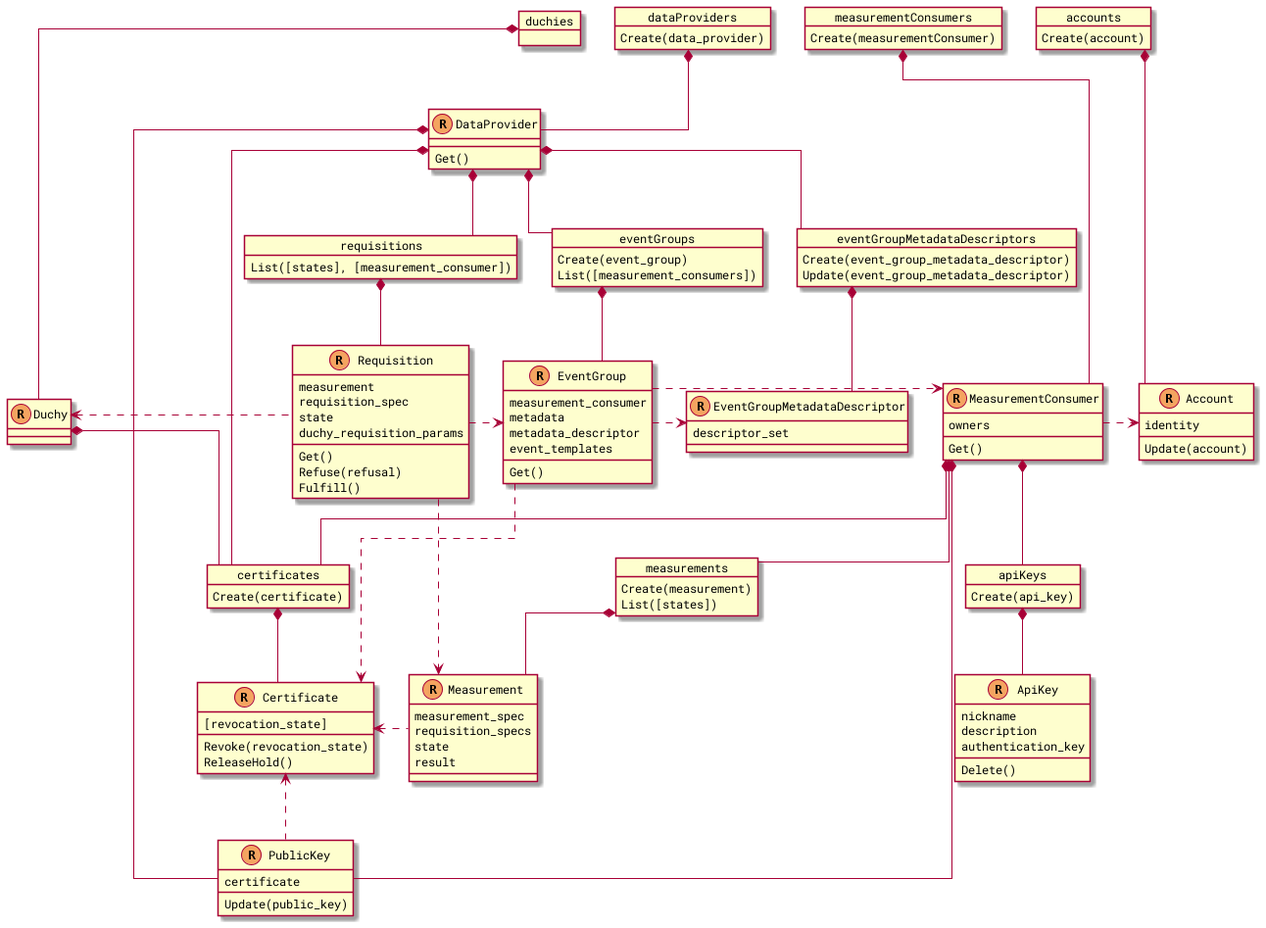
This is docs/diagrams/api_resources.png from world-federation-of-advertisers/cross-media-measurement-api, a PlantUML export, as it was before one commit. Its source is kept beside it as docs/diagrams/api_resources.pu.
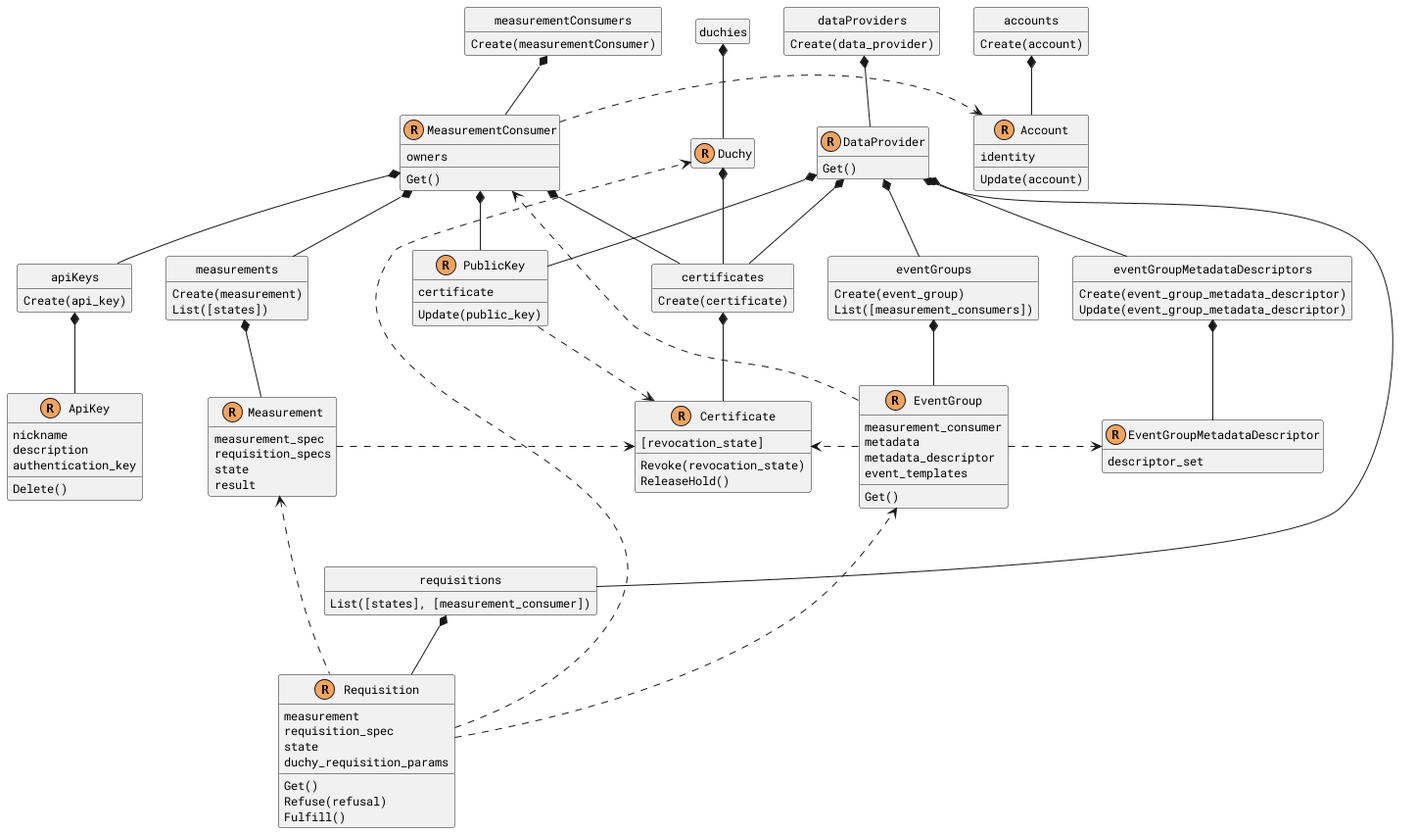
Above is the later version.

Change to the diagram source:
```diff
@@ -1,18 +1,21 @@
 @startuml
 
 !unquoted procedure resource($type)
-  class $type << (R, SandyBrown) >>
+  class $type <<(R, SandyBrown)>>
 !endprocedure
 !unquoted procedure collection($name, $type)
   $name *-- $type
-  object $name
+  object $name <<collection>>
 !endprocedure
+
+hide <<collection>> circle
+hide <<collection>> stereotype
+hide empty members
 
 skinparam default {
   fontName "Roboto Mono"
   fontSize 12
 }
-skinparam linetype ortho
 
 resource(Certificate) {
   [revocation_state]
@@ -32,12 +35,6 @@
 resource(MeasurementConsumer) {
   owners
   Get()
-}
-resource(Measurement) {
-  measurement_spec
-  requisition_specs
-  state
-  result
 }
 resource(Account) {
   identity
@@ -80,6 +77,12 @@
   Create(api_key)
 }
 
+resource(Measurement) {
+  measurement_spec
+  requisition_specs
+  state
+  result
+}
 resource(Requisition) {
   measurement
   requisition_spec
@@ -106,9 +109,13 @@
   Delete()
 }
 
-Certificate <.. PublicKey
+Duchy *-- certificates
 
-Duchy *-- certificates
+MeasurementConsumer *-- measurements
+MeasurementConsumer *-- certificates
+MeasurementConsumer *-- PublicKey
+MeasurementConsumer *-- apiKeys
+MeasurementConsumer .[norank].> Account
 
 DataProvider *-- eventGroups
 DataProvider *-- requisitions
@@ -116,20 +123,17 @@
 DataProvider *-- eventGroupMetadataDescriptors
 DataProvider *-- PublicKey
 
-EventGroup .> MeasurementConsumer
-EventGroup .> Certificate
-EventGroup .> EventGroupMetadataDescriptor
+PublicKey .[norank].> Certificate
 
-Requisition .> EventGroup
-Requisition .> Measurement
-Duchy <. Requisition
+EventGroup .[norank].> MeasurementConsumer
+EventGroup .[norank].> Certificate
+EventGroup .[norank].> EventGroupMetadataDescriptor
 
-MeasurementConsumer *-- measurements
-MeasurementConsumer *-- certificates
-MeasurementConsumer *-- PublicKey
-MeasurementConsumer *-- apiKeys
-MeasurementConsumer .> Account
+Measurement .[norank].> Certificate
+Measurement -[hidden]d-> requisitions
 
-Certificate <. Measurement
+Requisition .[norank].> EventGroup
+Requisition .up.> Measurement
+Requisition .[norank].> Duchy
 
 @enduml
```
